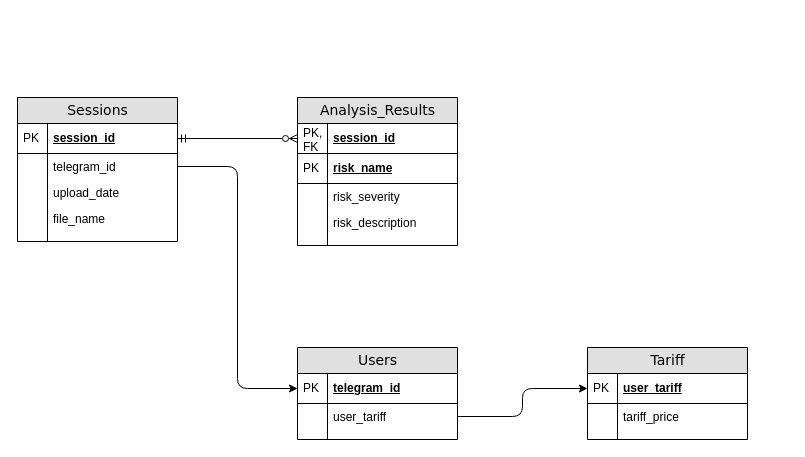
Before: DBMS/ER.drawio in trofimovelijah/red-flag-analysis, a draw.io diagram. Source tidied: cells renumbered, new cells numbered last; positions are measured from the earlier drawing's top-left corner, leaving out a move shared by most shapes. Both pictures are drawn from the tidied source at 100%, with x=0, y=0 at pixel (17, 97).
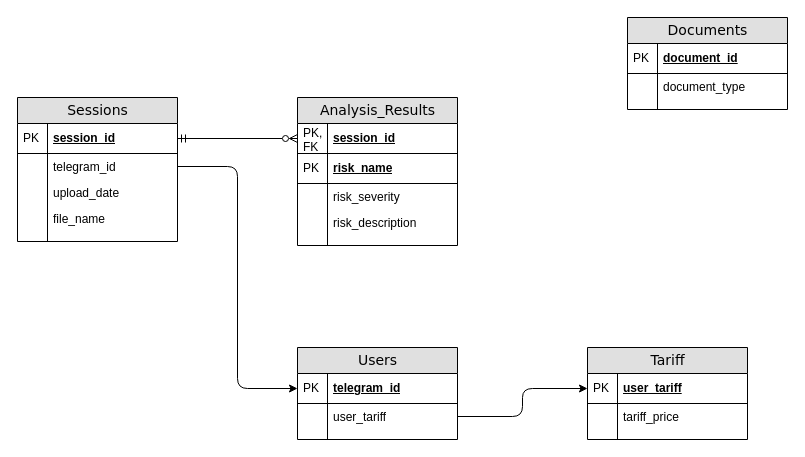
After the change.

Change to the diagram source:
```diff
@@
+    <mxCell id="41" value="Documents" style="swimlane;html=1;fontStyle=0;horizontal=1;startSize=26;fillColor=#e0e0e0;swimlaneFillColor=#ffffff;align=center;rounded=0;shadow=0;comic=0;labelBackgroundColor=none;strokeWidth=1;fontFamily=Verdana;fontSize=14;" parent="1" vertex="1">
+      <mxGeometry x="610" y="-80" width="160" height="92" as="geometry" />
+    </mxCell>
+    <mxCell id="42" value="document_id" style="shape=partialRectangle;top=0;left=0;right=0;bottom=1;html=1;align=left;verticalAlign=middle;fillColor=none;spacingLeft=34;spacingRight=4;whiteSpace=wrap;overflow=hidden;fontStyle=5;" parent="41" vertex="1">
+      <mxGeometry y="26" width="160" height="30" as="geometry" />
+    </mxCell>
+    <mxCell id="43" value="PK" style="shape=partialRectangle;top=0;left=0;bottom=0;html=1;fillColor=none;align=left;verticalAlign=middle;spacingLeft=4;spacingRight=4;whiteSpace=wrap;overflow=hidden;" parent="42" vertex="1">
+      <mxGeometry width="30" height="30" as="geometry" />
+    </mxCell>
+    <mxCell id="44" value="document_type" style="shape=partialRectangle;top=0;left=0;right=0;bottom=0;html=1;align=left;verticalAlign=top;fillColor=none;spacingLeft=34;spacingRight=4;whiteSpace=wrap;overflow=hidden;" parent="41" vertex="1">
+      <mxGeometry y="56" width="160" height="26" as="geometry" />
+    </mxCell>
+    <mxCell id="45" style="shape=partialRectangle;top=0;left=0;bottom=0;html=1;fillColor=none;align=left;verticalAlign=top;spacingLeft=4;spacingRight=4;whiteSpace=wrap;overflow=hidden;" parent="44" vertex="1">
+      <mxGeometry width="30" height="26" as="geometry" />
+    </mxCell>
+    <mxCell id="46" style="shape=partialRectangle;top=0;left=0;right=0;bottom=0;html=1;align=left;verticalAlign=top;fillColor=none;spacingLeft=34;spacingRight=4;whiteSpace=wrap;overflow=hidden;" parent="41" vertex="1">
+      <mxGeometry y="82" width="160" height="10" as="geometry" />
+    </mxCell>
+    <mxCell id="47" style="shape=partialRectangle;top=0;left=0;bottom=0;html=1;fillColor=none;align=left;verticalAlign=top;spacingLeft=4;spacingRight=4;whiteSpace=wrap;overflow=hidden;" parent="46" vertex="1">
+      <mxGeometry width="30" height="10" as="geometry" />
+    </mxCell>
```
